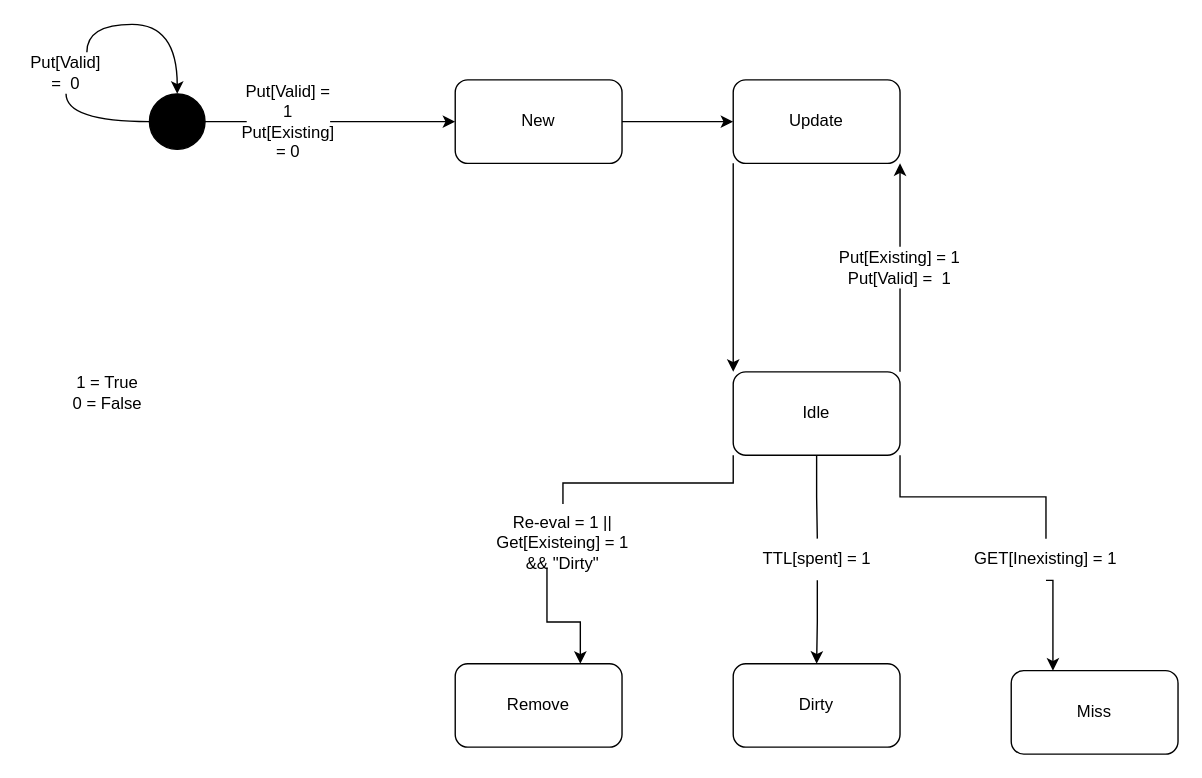
This is page "4.4 Cache State Machine" (2 of 2) of P/P04/P4.drawio from DavidAraujo98/AS, a draw.io file, before an edit. Source tidied: cells renumbered, new cells numbered last; positions are measured from the earlier drawing's top-left corner, leaving out a move shared by most shapes. Both pictures are drawn from the tidied source at 139%, with x=0, y=0 at pixel (24, 24).
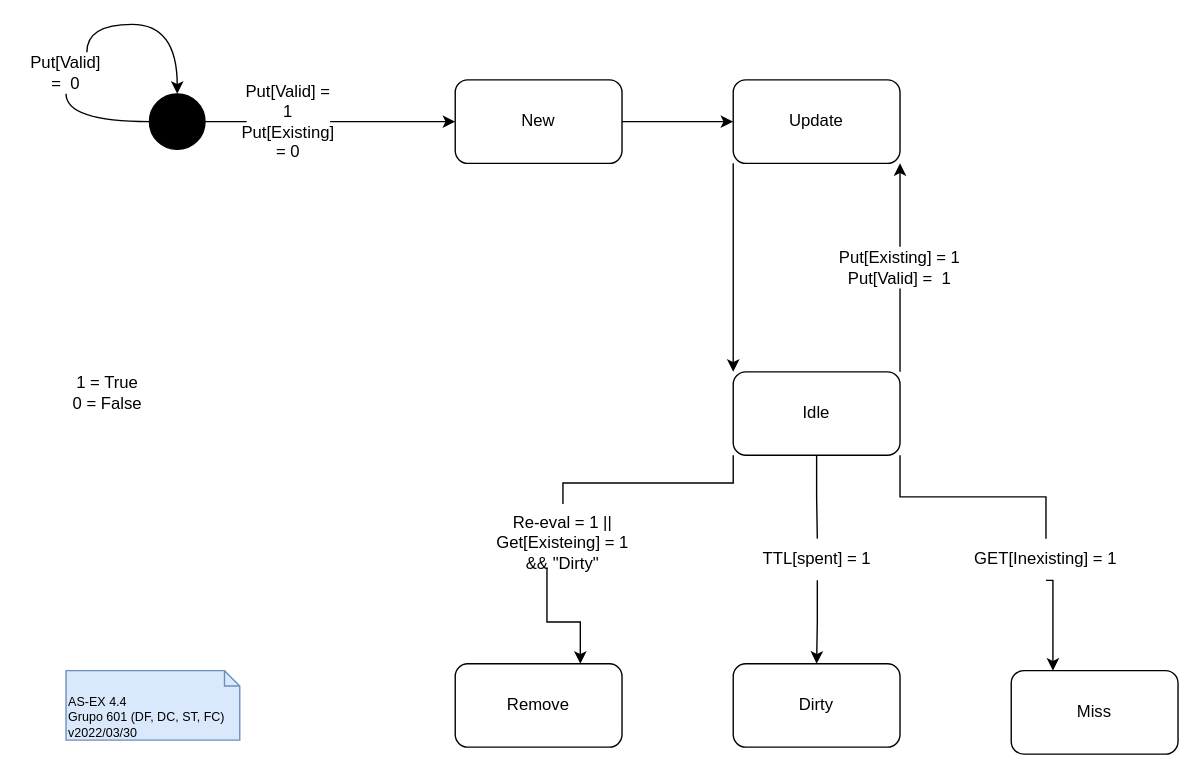
The same diagram, later.

What changed in the source:
```diff
@@
+    <mxCell id="30" value="AS-EX 4.4&lt;br&gt;Grupo 601 (DF, DC, ST, FC)&lt;br&gt;v2022/03/30" style="shape=note2;boundedLbl=1;whiteSpace=wrap;html=1;size=11;verticalAlign=top;align=left;fontSize=9;fillColor=#dae8fc;strokeColor=#6c8ebf;" parent="1" vertex="1">
+      <mxGeometry x="30" y="465" width="125" height="50" as="geometry" />
+    </mxCell>
```
